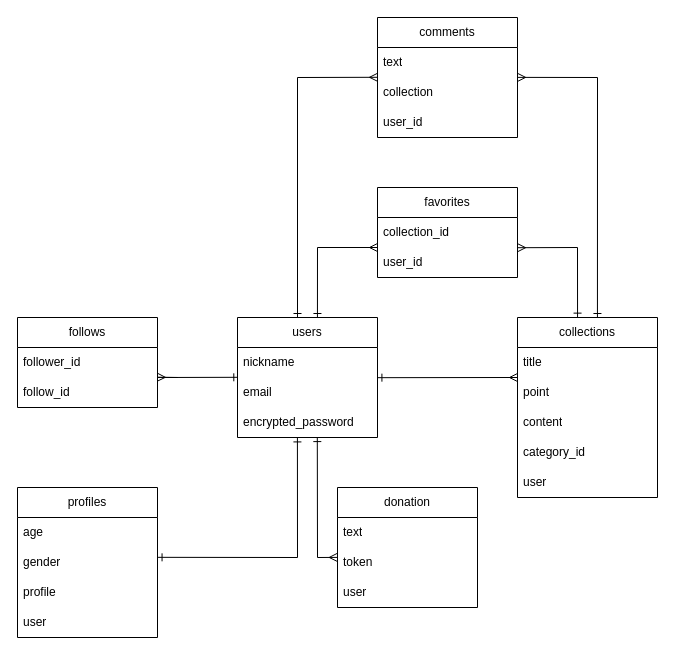
The draw.io diagram sousaku.dio in daizdag/own_works_app, before the edit. Source tidied: cells renumbered, new cells numbered last; positions are measured from the earlier drawing's top-left corner, leaving out a move shared by most shapes. Both pictures are drawn from the tidied source at 100%, with x=0, y=0 at pixel (17, 17).
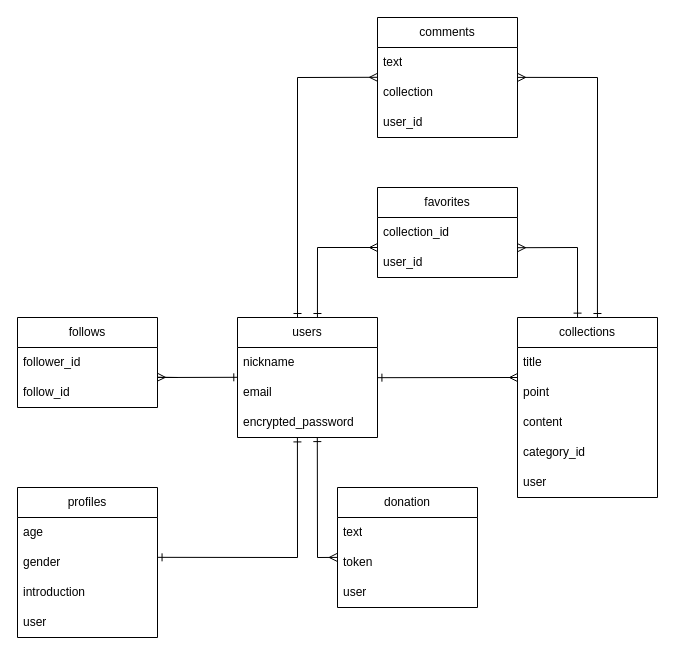
The same page after the edit.

Commit message (it also covers changes not shown here):
設計の変更

The change refers to these unchanged cells:
```xml
<mxCell id="33" value="profiles" style="swimlane;fontStyle=0;horizontal=1;startSize=30;whiteSpace=wrap;html=1;" parent="1" vertex="1">
  <mxGeometry y="470" width="140" height="150" as="geometry" />
</mxCell>
```

The edit, as a diff of the source:
```diff
@@
-    <mxCell id="36" value="profile" style="text;strokeColor=none;fillColor=none;align=left;verticalAlign=middle;spacingLeft=4;spacingRight=4;overflow=hidden;whiteSpace=wrap;html=1;" parent="33" vertex="1">
+    <mxCell id="36" value="introduction" style="text;strokeColor=none;fillColor=none;align=left;verticalAlign=middle;spacingLeft=4;spacingRight=4;overflow=hidden;whiteSpace=wrap;html=1;" parent="33" vertex="1">
       <mxGeometry y="90" width="140" height="30" as="geometry" />
     </mxCell>
```
